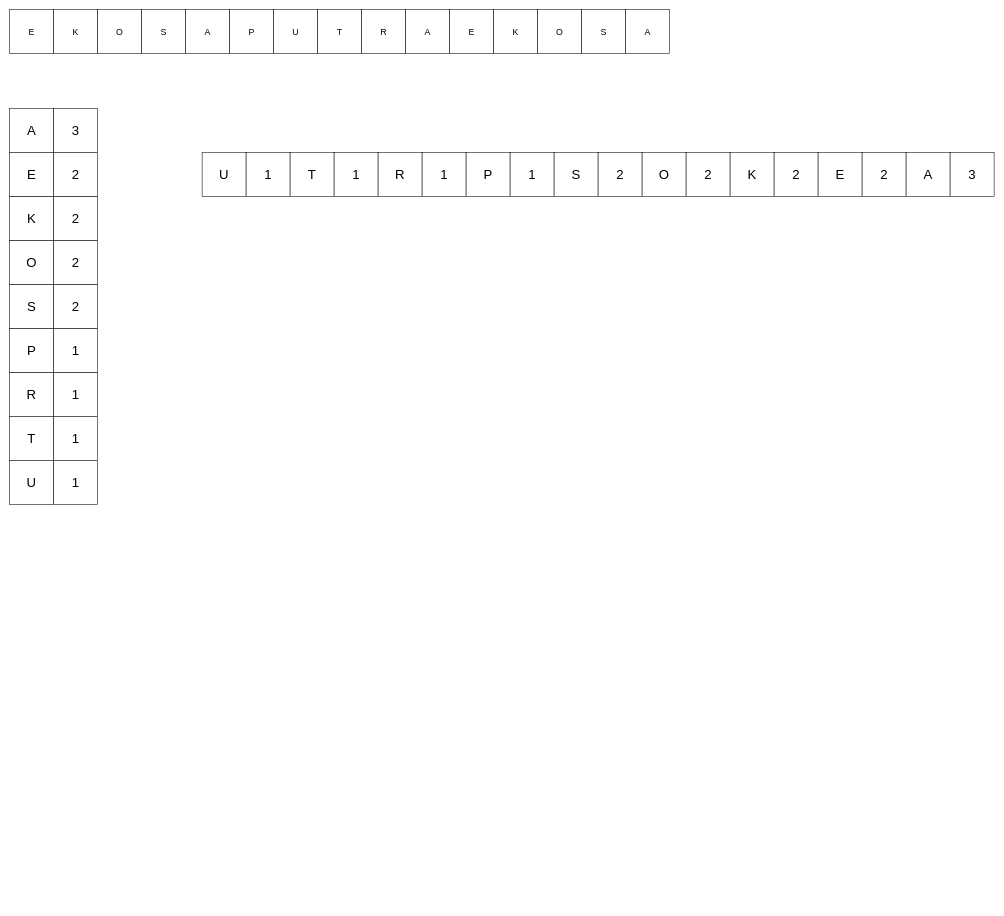
This is flowchart/UTS Multimedia.drawio from ekovegeance-com/docs, a draw.io file, before an edit. Source tidied: cells renumbered, new cells numbered last; positions are measured from the earlier drawing's top-left corner, leaving out a move shared by most shapes. Both pictures are drawn from the tidied source at 55%, with x=0, y=0 at pixel (9, 9).
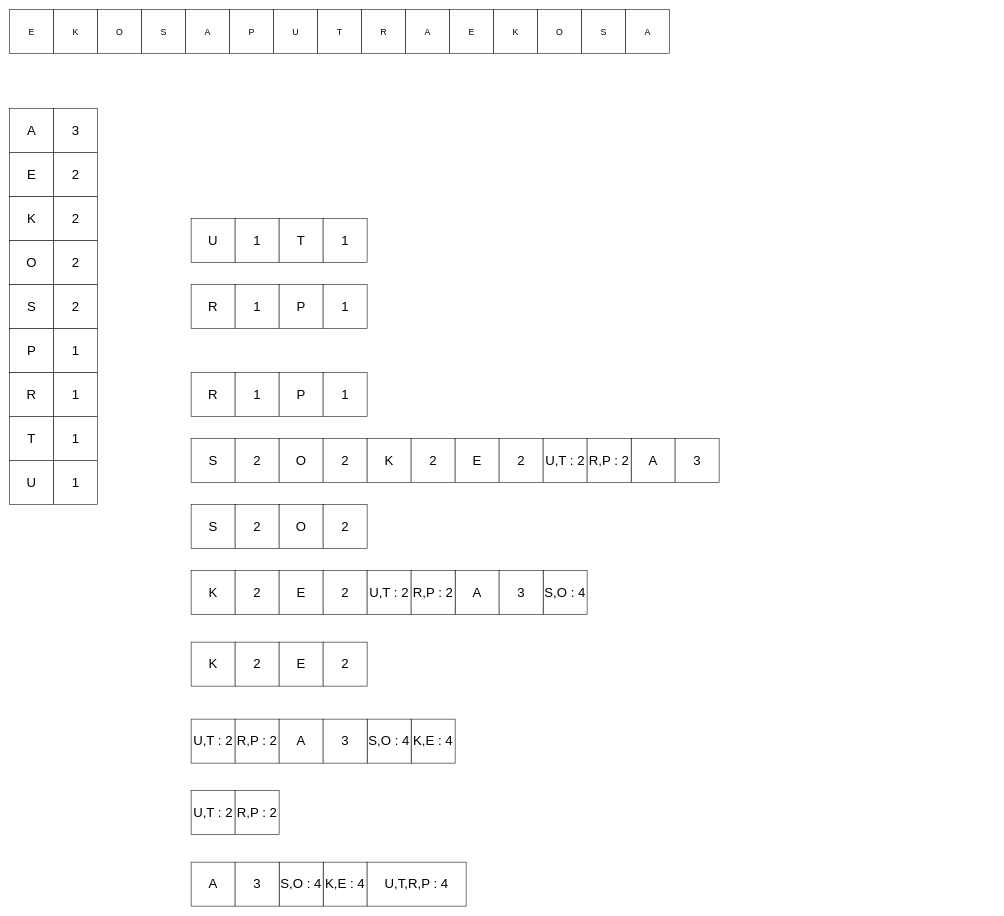
Above is the later version.

Change to the diagram source:
```diff
@@
-    <mxCell id="35" value="&lt;font style=&quot;font-size: 24px&quot;&gt;U&lt;/font&gt;" style="whiteSpace=wrap;html=1;" parent="1" vertex="1">
-      <mxGeometry x="350" y="260" width="80" height="80" as="geometry" />
-    </mxCell>
-    <mxCell id="36" value="&lt;span style=&quot;font-size: 24px&quot;&gt;1&lt;/span&gt;" style="whiteSpace=wrap;html=1;" parent="1" vertex="1">
-      <mxGeometry x="430" y="260" width="80" height="80" as="geometry" />
-    </mxCell>
-    <mxCell id="37" value="&lt;font style=&quot;font-size: 24px&quot;&gt;T&lt;/font&gt;" style="whiteSpace=wrap;html=1;" parent="1" vertex="1">
-      <mxGeometry x="510" y="260" width="80" height="80" as="geometry" />
-    </mxCell>
-    <mxCell id="38" value="&lt;span style=&quot;font-size: 24px&quot;&gt;1&lt;/span&gt;" style="whiteSpace=wrap;html=1;" parent="1" vertex="1">
-      <mxGeometry x="590" y="260" width="80" height="80" as="geometry" />
-    </mxCell>
     <mxCell id="39" value="&lt;font style=&quot;font-size: 24px&quot;&gt;R&lt;/font&gt;" style="whiteSpace=wrap;html=1;" parent="1" vertex="1">
-      <mxGeometry x="670" y="260" width="80" height="80" as="geometry" />
+      <mxGeometry x="330" y="500" width="80" height="80" as="geometry" />
     </mxCell>
     <mxCell id="40" value="&lt;span style=&quot;font-size: 24px&quot;&gt;1&lt;/span&gt;" style="whiteSpace=wrap;html=1;" parent="1" vertex="1">
-      <mxGeometry x="750" y="260" width="80" height="80" as="geometry" />
+      <mxGeometry x="410" y="500" width="80" height="80" as="geometry" />
     </mxCell>
     <mxCell id="41" value="&lt;font style=&quot;font-size: 24px&quot;&gt;P&lt;/font&gt;" style="whiteSpace=wrap;html=1;" parent="1" vertex="1">
-      <mxGeometry x="830" y="260" width="80" height="80" as="geometry" />
+      <mxGeometry x="490" y="500" width="80" height="80" as="geometry" />
     </mxCell>
     <mxCell id="42" value="&lt;span style=&quot;font-size: 24px&quot;&gt;1&lt;/span&gt;" style="whiteSpace=wrap;html=1;" parent="1" vertex="1">
-      <mxGeometry x="910" y="260" width="80" height="80" as="geometry" />
+      <mxGeometry x="570" y="500" width="80" height="80" as="geometry" />
     </mxCell>
     <mxCell id="43" value="&lt;font style=&quot;font-size: 24px&quot;&gt;S&lt;/font&gt;" style="whiteSpace=wrap;html=1;" parent="1" vertex="1">
-      <mxGeometry x="990" y="260" width="80" height="80" as="geometry" />
+      <mxGeometry x="330" y="780" width="80" height="80" as="geometry" />
     </mxCell>
     <mxCell id="44" value="&lt;font style=&quot;font-size: 24px&quot;&gt;2&lt;/font&gt;" style="whiteSpace=wrap;html=1;" parent="1" vertex="1">
-      <mxGeometry x="1070" y="260" width="80" height="80" as="geometry" />
+      <mxGeometry x="410" y="780" width="80" height="80" as="geometry" />
     </mxCell>
     <mxCell id="45" value="&lt;font style=&quot;font-size: 24px&quot;&gt;O&lt;/font&gt;" style="whiteSpace=wrap;html=1;" parent="1" vertex="1">
-      <mxGeometry x="1150" y="260" width="80" height="80" as="geometry" />
+      <mxGeometry x="490" y="780" width="80" height="80" as="geometry" />
     </mxCell>
     <mxCell id="46" value="&lt;font style=&quot;font-size: 24px&quot;&gt;2&lt;/font&gt;" style="whiteSpace=wrap;html=1;" parent="1" vertex="1">
-      <mxGeometry x="1230" y="260" width="80" height="80" as="geometry" />
+      <mxGeometry x="570" y="780" width="80" height="80" as="geometry" />
     </mxCell>
     <mxCell id="47" value="&lt;font style=&quot;font-size: 24px&quot;&gt;K&lt;/font&gt;" style="whiteSpace=wrap;html=1;" parent="1" vertex="1">
-      <mxGeometry x="1310" y="260" width="80" height="80" as="geometry" />
+      <mxGeometry x="650" y="780" width="80" height="80" as="geometry" />
     </mxCell>
     <mxCell id="48" value="&lt;font style=&quot;font-size: 24px&quot;&gt;2&lt;/font&gt;" style="whiteSpace=wrap;html=1;" parent="1" vertex="1">
-      <mxGeometry x="1390" y="260" width="80" height="80" as="geometry" />
+      <mxGeometry x="730" y="780" width="80" height="80" as="geometry" />
     </mxCell>
     <mxCell id="49" value="&lt;font style=&quot;font-size: 24px&quot;&gt;E&lt;/font&gt;" style="whiteSpace=wrap;html=1;" parent="1" vertex="1">
-      <mxGeometry x="1470" y="260" width="80" height="80" as="geometry" />
+      <mxGeometry x="810" y="780" width="80" height="80" as="geometry" />
     </mxCell>
     <mxCell id="50" value="&lt;font style=&quot;font-size: 24px&quot;&gt;2&lt;/font&gt;" style="whiteSpace=wrap;html=1;" parent="1" vertex="1">
-      <mxGeometry x="1550" y="260" width="80" height="80" as="geometry" />
+      <mxGeometry x="890" y="780" width="80" height="80" as="geometry" />
     </mxCell>
     <mxCell id="51" value="&lt;font style=&quot;font-size: 24px&quot;&gt;A&lt;/font&gt;" style="whiteSpace=wrap;html=1;" parent="1" vertex="1">
-      <mxGeometry x="1630" y="260" width="80" height="80" as="geometry" />
+      <mxGeometry x="1130" y="780" width="80" height="80" as="geometry" />
     </mxCell>
     <mxCell id="52" value="&lt;font style=&quot;font-size: 24px&quot;&gt;3&lt;/font&gt;" style="whiteSpace=wrap;html=1;" parent="1" vertex="1">
-      <mxGeometry x="1710" y="260" width="80" height="80" as="geometry" />
+      <mxGeometry x="1210" y="780" width="80" height="80" as="geometry" />
     </mxCell>
+    <mxCell id="35" value="&lt;font style=&quot;font-size: 24px&quot;&gt;U&lt;/font&gt;" style="whiteSpace=wrap;html=1;" parent="1" vertex="1">
+      <mxGeometry x="330" y="380" width="80" height="80" as="geometry" />
+    </mxCell>
+    <mxCell id="53" value="&lt;span style=&quot;font-size: 24px&quot;&gt;1&lt;/span&gt;" style="whiteSpace=wrap;html=1;" parent="1" vertex="1">
+      <mxGeometry x="410" y="380" width="80" height="80" as="geometry" />
+    </mxCell>
+    <mxCell id="37" value="&lt;font style=&quot;font-size: 24px&quot;&gt;T&lt;/font&gt;" style="whiteSpace=wrap;html=1;" parent="1" vertex="1">
+      <mxGeometry x="490" y="380" width="80" height="80" as="geometry" />
+    </mxCell>
+    <mxCell id="54" value="&lt;span style=&quot;font-size: 24px&quot;&gt;1&lt;/span&gt;" style="whiteSpace=wrap;html=1;" parent="1" vertex="1">
+      <mxGeometry x="570" y="380" width="80" height="80" as="geometry" />
+    </mxCell>
+    <mxCell id="55" value="&lt;span style=&quot;font-size: 24px&quot;&gt;U,T : 2&lt;/span&gt;" style="whiteSpace=wrap;html=1;" parent="1" vertex="1">
+      <mxGeometry x="970" y="780" width="80" height="80" as="geometry" />
+    </mxCell>
+    <mxCell id="56" value="&lt;font style=&quot;font-size: 24px&quot;&gt;R&lt;/font&gt;" style="whiteSpace=wrap;html=1;" parent="1" vertex="1">
+      <mxGeometry x="330" y="660" width="80" height="80" as="geometry" />
+    </mxCell>
+    <mxCell id="57" value="&lt;span style=&quot;font-size: 24px&quot;&gt;1&lt;/span&gt;" style="whiteSpace=wrap;html=1;" parent="1" vertex="1">
+      <mxGeometry x="410" y="660" width="80" height="80" as="geometry" />
+    </mxCell>
+    <mxCell id="58" value="&lt;font style=&quot;font-size: 24px&quot;&gt;P&lt;/font&gt;" style="whiteSpace=wrap;html=1;" parent="1" vertex="1">
+      <mxGeometry x="490" y="660" width="80" height="80" as="geometry" />
+    </mxCell>
+    <mxCell id="59" value="&lt;span style=&quot;font-size: 24px&quot;&gt;1&lt;/span&gt;" style="whiteSpace=wrap;html=1;" parent="1" vertex="1">
+      <mxGeometry x="570" y="660" width="80" height="80" as="geometry" />
+    </mxCell>
+    <mxCell id="60" value="&lt;span style=&quot;font-size: 24px&quot;&gt;R,P : 2&lt;/span&gt;" style="whiteSpace=wrap;html=1;" parent="1" vertex="1">
+      <mxGeometry x="1050" y="780" width="80" height="80" as="geometry" />
+    </mxCell>
+    <mxCell id="61" value="&lt;font style=&quot;font-size: 24px&quot;&gt;S&lt;/font&gt;" style="whiteSpace=wrap;html=1;" parent="1" vertex="1">
+      <mxGeometry x="330" y="900" width="80" height="80" as="geometry" />
+    </mxCell>
+    <mxCell id="62" value="&lt;font style=&quot;font-size: 24px&quot;&gt;2&lt;/font&gt;" style="whiteSpace=wrap;html=1;" parent="1" vertex="1">
+      <mxGeometry x="410" y="900" width="80" height="80" as="geometry" />
+    </mxCell>
+    <mxCell id="63" value="&lt;font style=&quot;font-size: 24px&quot;&gt;O&lt;/font&gt;" style="whiteSpace=wrap;html=1;" parent="1" vertex="1">
+      <mxGeometry x="490" y="900" width="80" height="80" as="geometry" />
+    </mxCell>
+    <mxCell id="64" value="&lt;font style=&quot;font-size: 24px&quot;&gt;2&lt;/font&gt;" style="whiteSpace=wrap;html=1;" parent="1" vertex="1">
+      <mxGeometry x="570" y="900" width="80" height="80" as="geometry" />
+    </mxCell>
+    <mxCell id="65" value="&lt;font style=&quot;font-size: 24px&quot;&gt;S,O : 4&lt;/font&gt;" style="whiteSpace=wrap;html=1;" parent="1" vertex="1">
+      <mxGeometry x="970" y="1020" width="80" height="80" as="geometry" />
+    </mxCell>
+    <mxCell id="66" value="&lt;font style=&quot;font-size: 24px&quot;&gt;K&lt;/font&gt;" style="whiteSpace=wrap;html=1;" parent="1" vertex="1">
+      <mxGeometry x="330" y="1020" width="80" height="80" as="geometry" />
+    </mxCell>
+    <mxCell id="67" value="&lt;font style=&quot;font-size: 24px&quot;&gt;2&lt;/font&gt;" style="whiteSpace=wrap;html=1;" parent="1" vertex="1">
+      <mxGeometry x="410" y="1020" width="80" height="80" as="geometry" />
+    </mxCell>
+    <mxCell id="68" value="&lt;font style=&quot;font-size: 24px&quot;&gt;E&lt;/font&gt;" style="whiteSpace=wrap;html=1;" parent="1" vertex="1">
+      <mxGeometry x="490" y="1020" width="80" height="80" as="geometry" />
+    </mxCell>
+    <mxCell id="69" value="&lt;font style=&quot;font-size: 24px&quot;&gt;2&lt;/font&gt;" style="whiteSpace=wrap;html=1;" parent="1" vertex="1">
+      <mxGeometry x="570" y="1020" width="80" height="80" as="geometry" />
+    </mxCell>
+    <mxCell id="70" value="&lt;font style=&quot;font-size: 24px&quot;&gt;A&lt;/font&gt;" style="whiteSpace=wrap;html=1;" parent="1" vertex="1">
+      <mxGeometry x="810" y="1020" width="80" height="80" as="geometry" />
+    </mxCell>
+    <mxCell id="71" value="&lt;font style=&quot;font-size: 24px&quot;&gt;3&lt;/font&gt;" style="whiteSpace=wrap;html=1;" parent="1" vertex="1">
+      <mxGeometry x="890" y="1020" width="80" height="80" as="geometry" />
+    </mxCell>
+    <mxCell id="72" value="&lt;span style=&quot;font-size: 24px&quot;&gt;U,T : 2&lt;/span&gt;" style="whiteSpace=wrap;html=1;" parent="1" vertex="1">
+      <mxGeometry x="650" y="1020" width="80" height="80" as="geometry" />
+    </mxCell>
+    <mxCell id="73" value="&lt;span style=&quot;font-size: 24px&quot;&gt;R,P : 2&lt;/span&gt;" style="whiteSpace=wrap;html=1;" parent="1" vertex="1">
+      <mxGeometry x="730" y="1020" width="80" height="80" as="geometry" />
+    </mxCell>
+    <mxCell id="74" value="&lt;font style=&quot;font-size: 24px&quot;&gt;K&lt;/font&gt;" style="whiteSpace=wrap;html=1;" parent="1" vertex="1">
+      <mxGeometry x="330" y="1150" width="80" height="80" as="geometry" />
+    </mxCell>
+    <mxCell id="75" value="&lt;font style=&quot;font-size: 24px&quot;&gt;2&lt;/font&gt;" style="whiteSpace=wrap;html=1;" parent="1" vertex="1">
+      <mxGeometry x="410" y="1150" width="80" height="80" as="geometry" />
+    </mxCell>
+    <mxCell id="76" value="&lt;font style=&quot;font-size: 24px&quot;&gt;E&lt;/font&gt;" style="whiteSpace=wrap;html=1;" parent="1" vertex="1">
+      <mxGeometry x="490" y="1150" width="80" height="80" as="geometry" />
+    </mxCell>
+    <mxCell id="77" value="&lt;font style=&quot;font-size: 24px&quot;&gt;2&lt;/font&gt;" style="whiteSpace=wrap;html=1;" parent="1" vertex="1">
+      <mxGeometry x="570" y="1150" width="80" height="80" as="geometry" />
+    </mxCell>
+    <mxCell id="78" value="&lt;font style=&quot;font-size: 24px&quot;&gt;K,E : 4&lt;/font&gt;" style="whiteSpace=wrap;html=1;" parent="1" vertex="1">
+      <mxGeometry x="570" y="1550" width="80" height="80" as="geometry" />
+    </mxCell>
+    <mxCell id="79" value="&lt;font style=&quot;font-size: 24px&quot;&gt;S,O : 4&lt;/font&gt;" style="whiteSpace=wrap;html=1;" parent="1" vertex="1">
+      <mxGeometry x="490" y="1550" width="80" height="80" as="geometry" />
+    </mxCell>
+    <mxCell id="80" value="&lt;font style=&quot;font-size: 24px&quot;&gt;A&lt;/font&gt;" style="whiteSpace=wrap;html=1;" parent="1" vertex="1">
+      <mxGeometry x="330" y="1550" width="80" height="80" as="geometry" />
+    </mxCell>
+    <mxCell id="81" value="&lt;font style=&quot;font-size: 24px&quot;&gt;3&lt;/font&gt;" style="whiteSpace=wrap;html=1;" parent="1" vertex="1">
+      <mxGeometry x="410" y="1550" width="80" height="80" as="geometry" />
+    </mxCell>
+    <mxCell id="82" value="&lt;span style=&quot;font-size: 24px&quot;&gt;U,T : 2&lt;/span&gt;" style="whiteSpace=wrap;html=1;" parent="1" vertex="1">
+      <mxGeometry x="330" y="1290" width="80" height="80" as="geometry" />
+    </mxCell>
+    <mxCell id="83" value="&lt;span style=&quot;font-size: 24px&quot;&gt;R,P : 2&lt;/span&gt;" style="whiteSpace=wrap;html=1;" parent="1" vertex="1">
+      <mxGeometry x="410" y="1290" width="80" height="80" as="geometry" />
+    </mxCell>
+    <mxCell id="84" value="&lt;span style=&quot;font-size: 24px&quot;&gt;U,T : 2&lt;/span&gt;" style="whiteSpace=wrap;html=1;" parent="1" vertex="1">
+      <mxGeometry x="330" y="1420" width="80" height="80" as="geometry" />
+    </mxCell>
+    <mxCell id="85" value="&lt;span style=&quot;font-size: 24px&quot;&gt;R,P : 2&lt;/span&gt;" style="whiteSpace=wrap;html=1;" parent="1" vertex="1">
+      <mxGeometry x="410" y="1420" width="80" height="80" as="geometry" />
+    </mxCell>
+    <mxCell id="86" value="&lt;font style=&quot;font-size: 24px&quot;&gt;U,T,R,P : 4&lt;/font&gt;" style="rounded=0;whiteSpace=wrap;html=1;" parent="1" vertex="1">
+      <mxGeometry x="650" y="1550" width="180" height="80" as="geometry" />
+    </mxCell>
+    <mxCell id="87" value="&lt;font style=&quot;font-size: 24px&quot;&gt;K,E : 4&lt;/font&gt;" style="whiteSpace=wrap;html=1;" parent="1" vertex="1">
+      <mxGeometry x="730" y="1290" width="80" height="80" as="geometry" />
+    </mxCell>
+    <mxCell id="88" value="&lt;font style=&quot;font-size: 24px&quot;&gt;S,O : 4&lt;/font&gt;" style="whiteSpace=wrap;html=1;" parent="1" vertex="1">
+      <mxGeometry x="650" y="1290" width="80" height="80" as="geometry" />
+    </mxCell>
+    <mxCell id="89" value="&lt;font style=&quot;font-size: 24px&quot;&gt;A&lt;/font&gt;" style="whiteSpace=wrap;html=1;" parent="1" vertex="1">
+      <mxGeometry x="490" y="1290" width="80" height="80" as="geometry" />
+    </mxCell>
+    <mxCell id="90" value="&lt;font style=&quot;font-size: 24px&quot;&gt;3&lt;/font&gt;" style="whiteSpace=wrap;html=1;" parent="1" vertex="1">
+      <mxGeometry x="570" y="1290" width="80" height="80" as="geometry" />
+    </mxCell>
```
